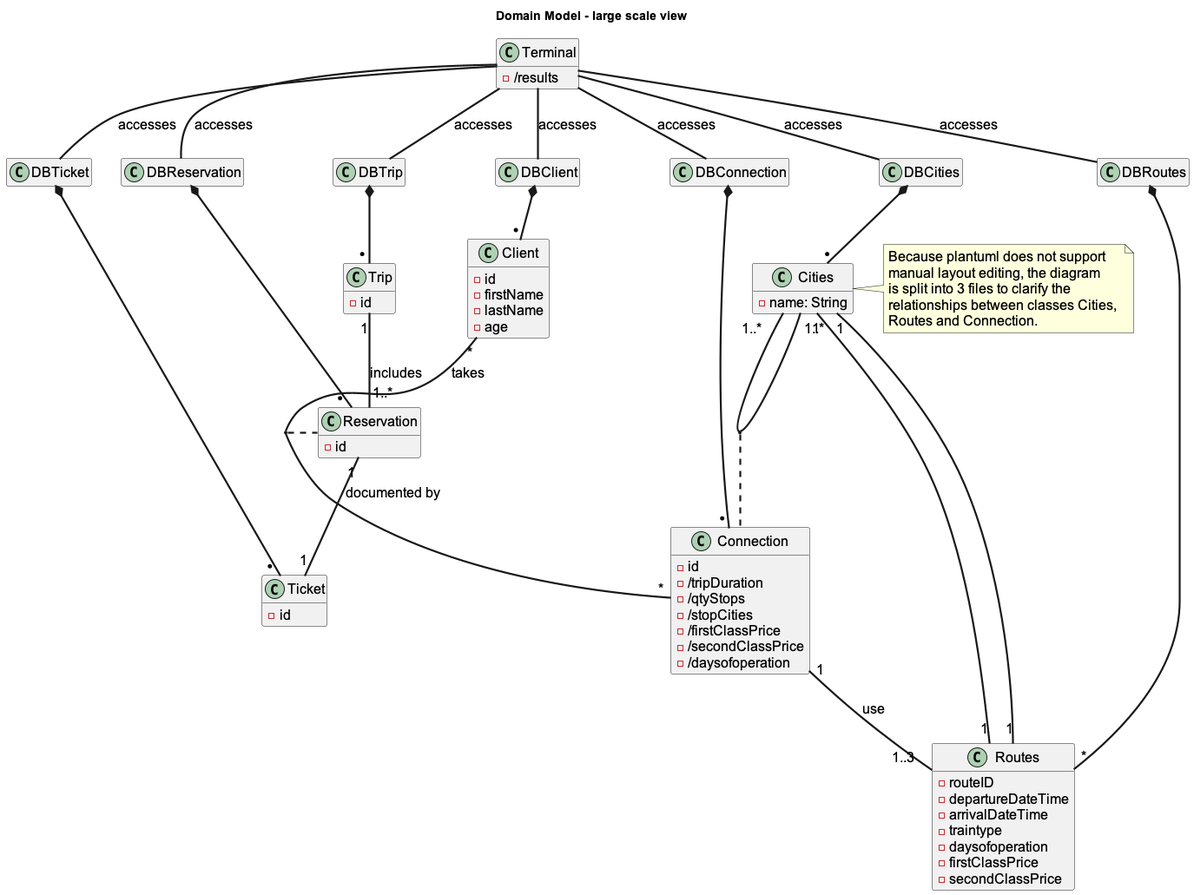
This is Iteration 2/out/System docs/Domain Model.png from Cimpo1/SOEN342_2025, a PlantUML export, as it was before one commit.
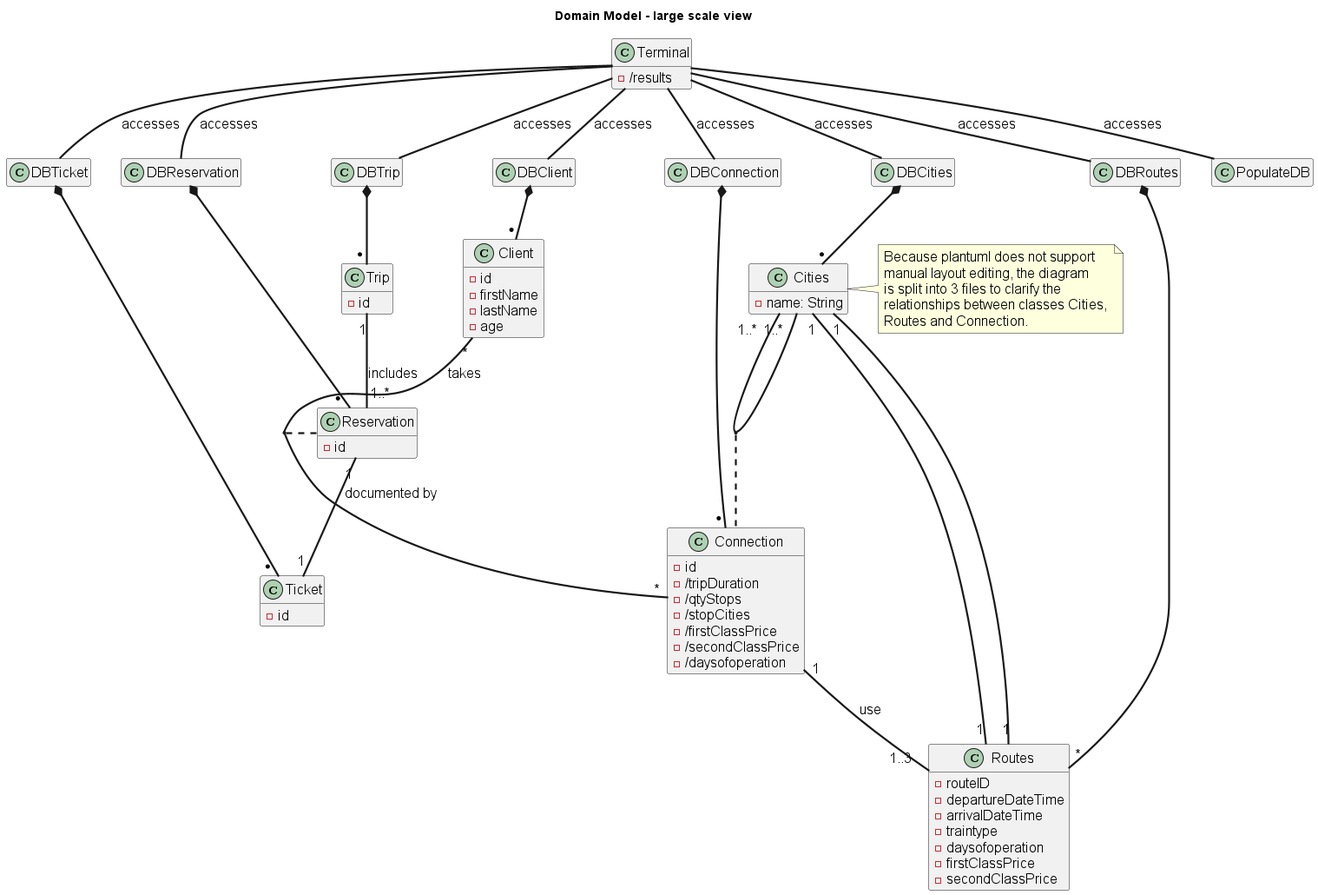
The same diagram one commit later.

Diff of the diagram source:
```diff
@@ -54,6 +54,8 @@
 class "Cities" as cities {
     - name: String
 }
+
+class "PopulateDB" as populateDB {}
 note right of cities
     Because plantuml does not support
     manual layout editing, the diagram
@@ -73,12 +75,15 @@
 DBTicket  *-- "* " ticket
 
 
+
 cities "1..*    " -- "1..*      " cities
 client "*" -- "*" connection : "takes"
 
 (client, connection) .right. reservation
 
 terminal  -- DBRoutes : "accesses"
+
+terminal -- populateDB : "accesses"
 
 terminal  -- DBCities : "accesses"
 
```
